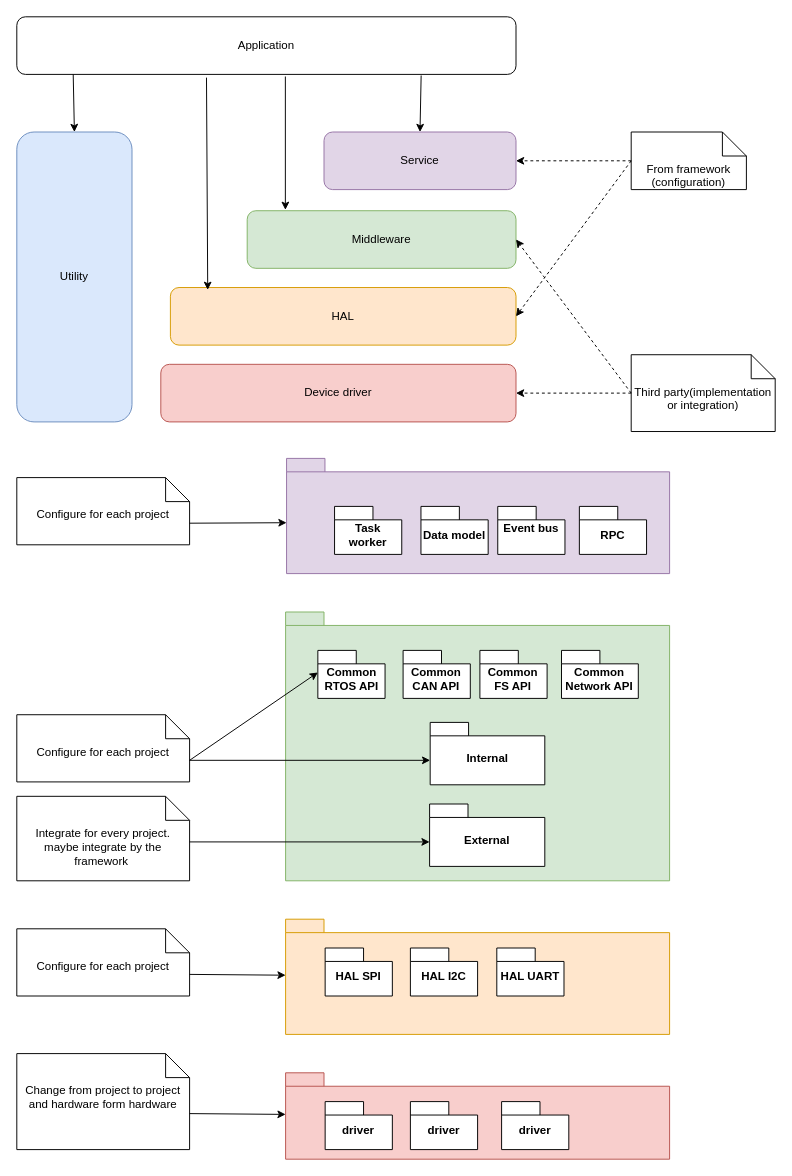
Before: page "System Container" (2 of 4) of docs/_resources/architecture/ezArchitecture.drawio in ezMbedded/EasyEmbeddedFramework, a draw.io diagram. Source tidied: cells renumbered, new cells numbered last; positions are measured from the earlier drawing's top-left corner, leaving out a move shared by most shapes. Both pictures are drawn from the tidied source at 96%, with x=0, y=0 at pixel (16, 16).
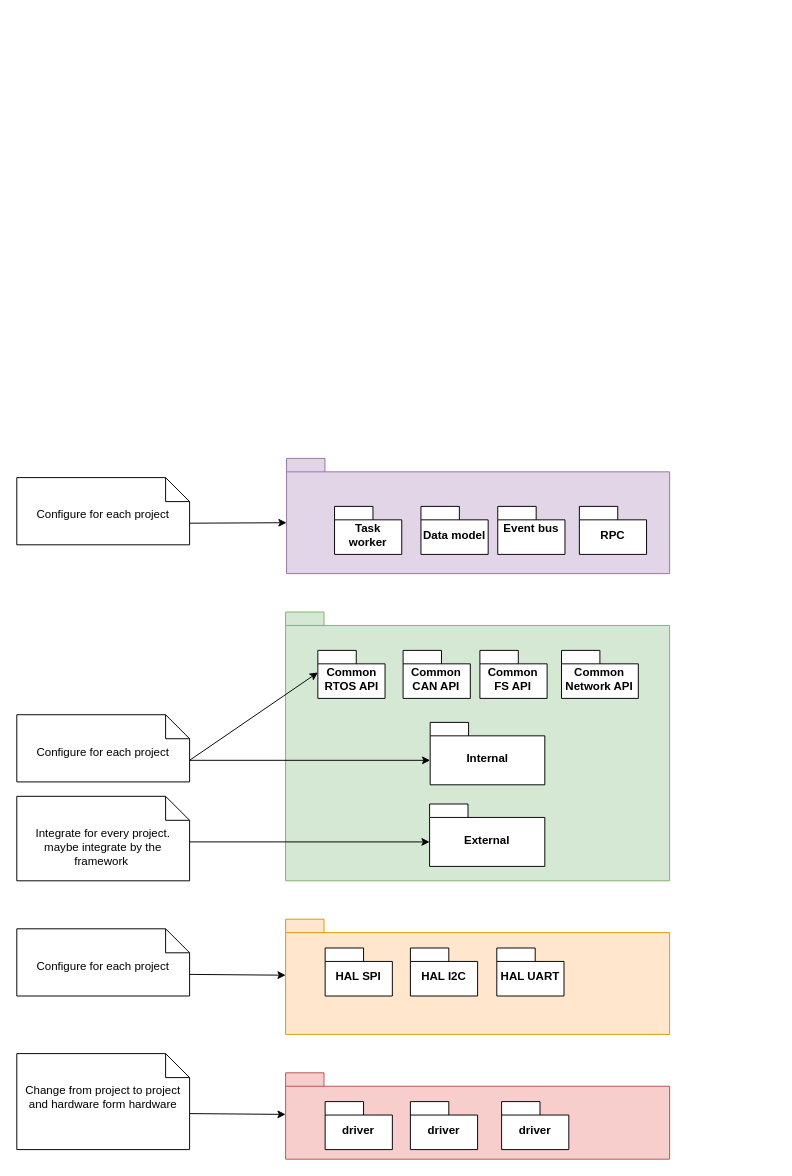
The same page after the edit.

Change to the diagram source:
```diff
@@
-    <mxCell id="2" value="Utility" style="rounded=1;whiteSpace=wrap;html=1;fillColor=#dae8fc;strokeColor=#6c8ebf;" parent="1" vertex="1">
-      <mxGeometry y="120" width="120" height="302" as="geometry" />
-    </mxCell>
-    <mxCell id="3" value="Middleware" style="rounded=1;whiteSpace=wrap;html=1;fillColor=#d5e8d4;strokeColor=#82b366;" parent="1" vertex="1">
-      <mxGeometry x="240" y="202" width="280" height="60" as="geometry" />
-    </mxCell>
-    <mxCell id="4" value="HAL" style="rounded=1;whiteSpace=wrap;html=1;fillColor=#ffe6cc;strokeColor=#d79b00;" parent="1" vertex="1">
-      <mxGeometry x="160" y="282" width="360" height="60" as="geometry" />
-    </mxCell>
-    <mxCell id="5" value="Device driver" style="rounded=1;whiteSpace=wrap;html=1;fillColor=#f8cecc;strokeColor=#b85450;" parent="1" vertex="1">
-      <mxGeometry x="150" y="362" width="370" height="60" as="geometry" />
-    </mxCell>
-    <mxCell id="6" value="From framework&lt;div&gt;(configuration)&lt;/div&gt;" style="shape=note2;boundedLbl=1;whiteSpace=wrap;html=1;size=25;verticalAlign=top;align=center;" parent="1" vertex="1">
-      <mxGeometry x="640" y="120" width="120" height="60" as="geometry" />
-    </mxCell>
-    <mxCell id="7" value="Third party(implementation or integration)" style="shape=note2;boundedLbl=1;whiteSpace=wrap;html=1;size=25;verticalAlign=top;align=center;" parent="1" vertex="1">
-      <mxGeometry x="640" y="352" width="150" height="80" as="geometry" />
-    </mxCell>
@@
-    <mxCell id="11" value="Event bus&lt;div&gt;&lt;br&gt;&lt;/div&gt;" style="shape=folder;fontStyle=1;spacingTop=10;tabWidth=40;tabHeight=14;tabPosition=left;html=1;whiteSpace=wrap;verticalAlign=middle;" parent="1" vertex="1">
+    <mxCell id="11" value="Event bus&lt;div&gt;&lt;br&gt;&lt;/div&gt;" style="shape=folder;fontStyle=1;spacingTop=10;tabWidth=40;tabHeight=14;tabPosition=left;html=1;whiteSpace=wrap;verticalAlign=middle;align=center;" parent="1" vertex="1">
       <mxGeometry x="501" y="510" width="70" height="50" as="geometry" />
     </mxCell>
@@
-    <mxCell id="34" value="Service" style="rounded=1;whiteSpace=wrap;html=1;fillColor=#e1d5e7;strokeColor=#9673a6;" parent="1" vertex="1">
-      <mxGeometry x="320" y="120" width="200" height="60" as="geometry" />
-    </mxCell>
-    <mxCell id="35" value="Application" style="rounded=1;whiteSpace=wrap;html=1;" parent="1" vertex="1">
-      <mxGeometry width="520" height="60" as="geometry" />
-    </mxCell>
-    <mxCell id="36" style="endArrow=classic;html=1;exitX=0.81;exitY=1.019;exitDx=0;exitDy=0;entryX=0.5;entryY=0;entryDx=0;entryDy=0;exitPerimeter=0;" parent="1" edge="1" source="35" target="34">
-      <mxGeometry relative="1" as="geometry" />
-    </mxCell>
-    <mxCell id="37" style="endArrow=classic;html=1;entryX=0.5;entryY=0;entryDx=0;entryDy=0;exitX=0.113;exitY=1;exitDx=0;exitDy=0;exitPerimeter=0;" parent="1" edge="1" source="35" target="2">
-      <mxGeometry relative="1" as="geometry" />
-    </mxCell>
-    <mxCell id="38" style="endArrow=classic;html=1;entryX=0.142;entryY=-0.015;entryDx=0;entryDy=0;entryPerimeter=0;exitX=0.538;exitY=1.037;exitDx=0;exitDy=0;exitPerimeter=0;" parent="1" edge="1" source="35" target="3">
-      <mxGeometry relative="1" as="geometry" />
-    </mxCell>
-    <mxCell id="39" style="endArrow=classic;html=1;exitX=0.38;exitY=1.056;exitDx=0;exitDy=0;exitPerimeter=0;entryX=0.108;entryY=0.041;entryDx=0;entryDy=0;entryPerimeter=0;" parent="1" edge="1" source="35" target="4">
-      <mxGeometry relative="1" as="geometry" />
-    </mxCell>
-    <mxCell id="40" style="endArrow=classic;html=1;dashed=1;exitX=0;exitY=0.5;exitDx=0;exitDy=0;exitPerimeter=0;entryX=1;entryY=0.5;entryDx=0;entryDy=0;" parent="1" edge="1" source="6" target="34">
-      <mxGeometry relative="1" as="geometry" />
-    </mxCell>
-    <mxCell id="41" style="endArrow=classic;html=1;dashed=1;entryX=1;entryY=0.5;entryDx=0;entryDy=0;" parent="1" edge="1" target="4">
-      <mxGeometry relative="1" as="geometry">
-        <mxPoint x="640" y="150" as="sourcePoint" />
-      </mxGeometry>
-    </mxCell>
-    <mxCell id="42" style="endArrow=classic;html=1;dashed=1;entryX=1;entryY=0.5;entryDx=0;entryDy=0;exitX=0;exitY=0.5;exitDx=0;exitDy=0;exitPerimeter=0;" parent="1" edge="1" source="7" target="5">
-      <mxGeometry relative="1" as="geometry" />
-    </mxCell>
-    <mxCell id="43" style="endArrow=classic;html=1;dashed=1;entryX=1;entryY=0.5;entryDx=0;entryDy=0;exitX=0;exitY=0.5;exitDx=0;exitDy=0;exitPerimeter=0;" parent="1" edge="1" source="7" target="3">
-      <mxGeometry relative="1" as="geometry" />
-    </mxCell>
```
